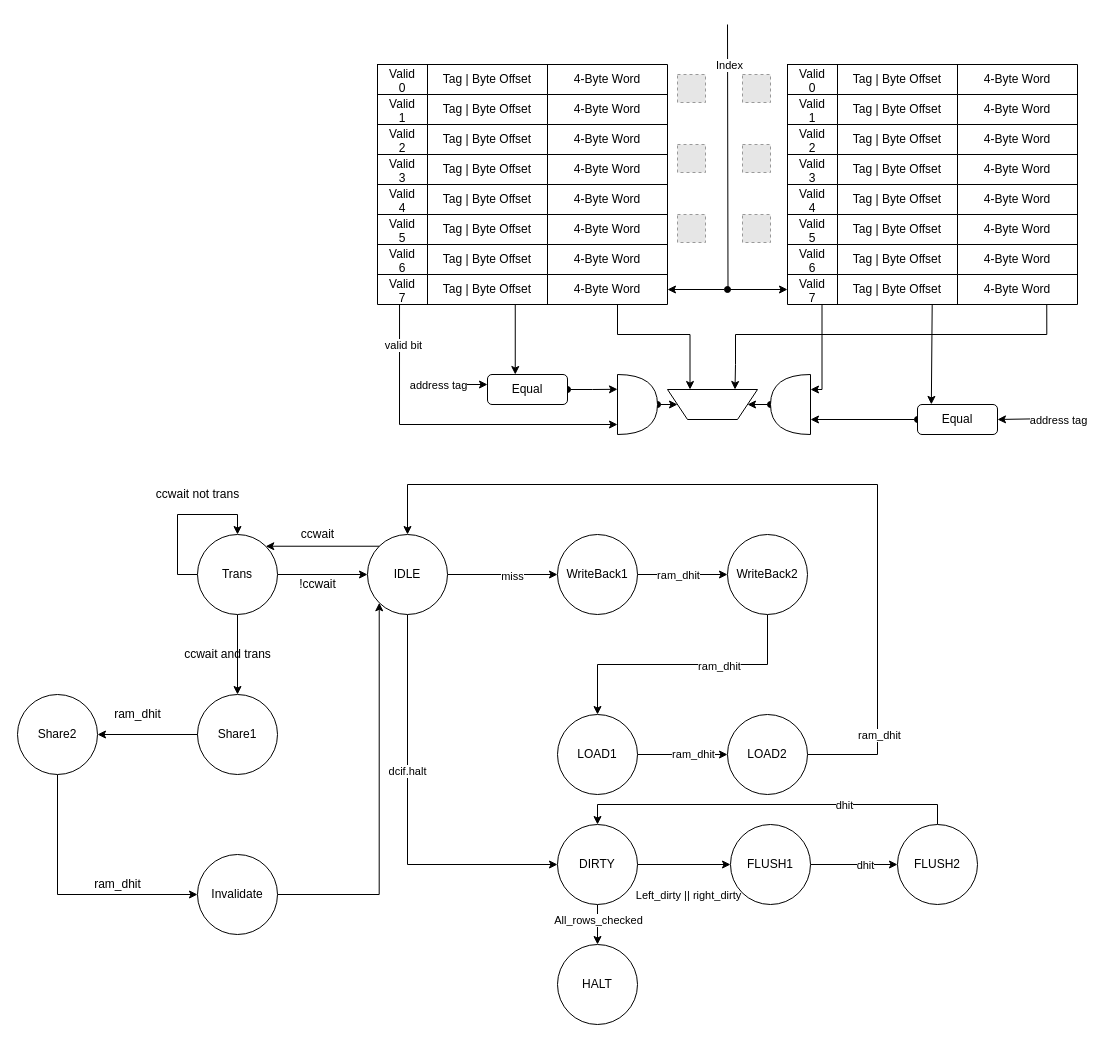
Before: page "dcache" (2 of 5) of caches.drawio in vickyfyq/ece437, a draw.io diagram. Source tidied: cells renumbered, new cells numbered last; positions are measured from the earlier drawing's top-left corner, leaving out a move shared by most shapes. Both pictures are drawn from the tidied source at 100%, with x=0, y=0 at pixel (17, 24). Pictures stored in the file or linked from it are replaced by grey dashed boxes.
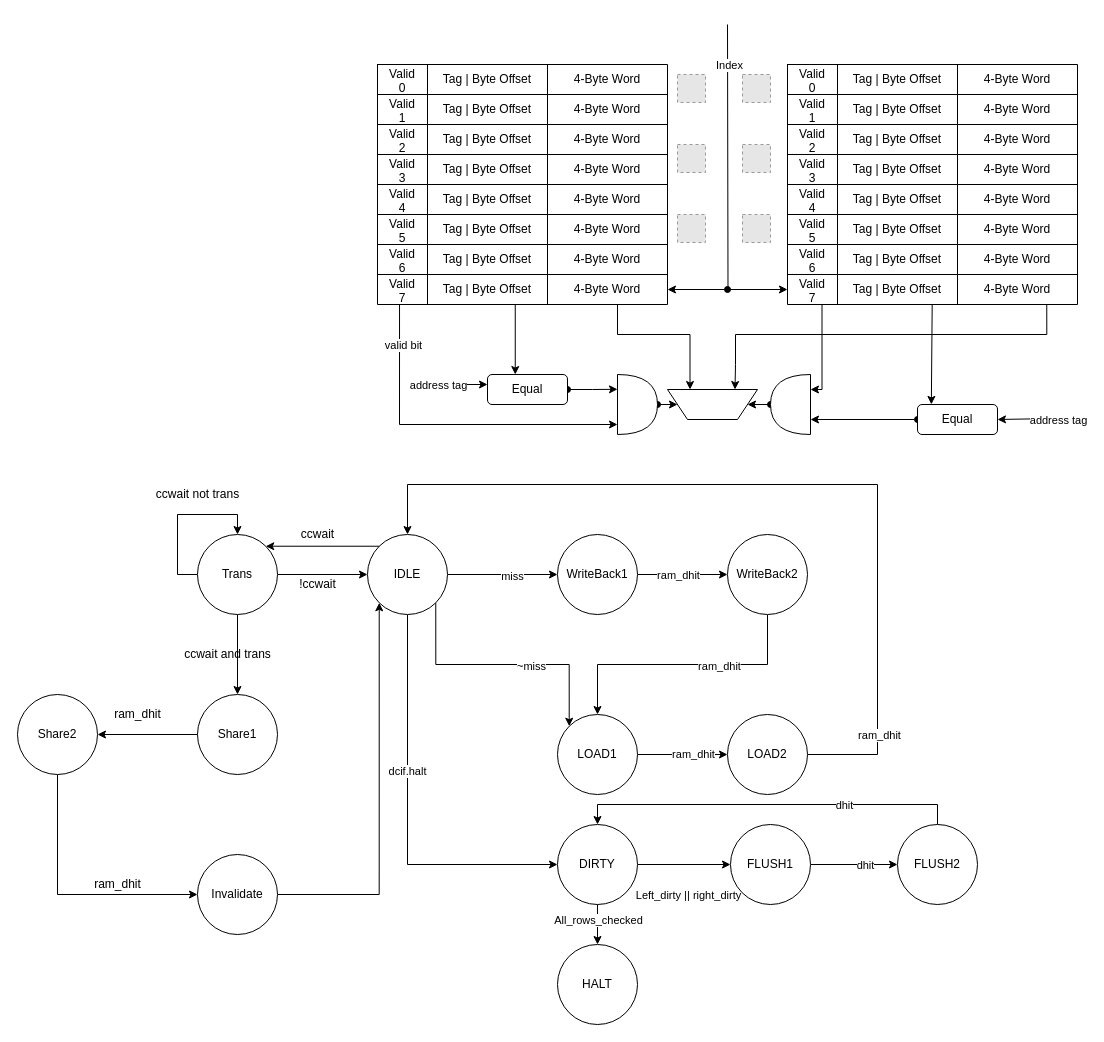
The same diagram, later.

The change refers to these unchanged cells:
```xml
<mxCell id="101" value="IDLE" style="ellipse;whiteSpace=wrap;html=1;" parent="1" vertex="1">
  <mxGeometry x="350" y="510" width="80" height="80" as="geometry" />
</mxCell>
<mxCell id="110" value="LOAD1" style="ellipse;whiteSpace=wrap;html=1;" parent="1" vertex="1">
  <mxGeometry x="540" y="690" width="80" height="80" as="geometry" />
</mxCell>
```

The edit, as a diff of the source:
```diff
@@
+    <mxCell id="143" style="edgeStyle=orthogonalEdgeStyle;rounded=0;jettySize=auto;html=1;exitX=1;exitY=1;exitDx=0;exitDy=0;entryX=0;entryY=0;entryDx=0;entryDy=0;" parent="1" edge="1" source="101" target="110">
+      <mxGeometry relative="1" as="geometry">
+        <Array as="points">
+          <mxPoint x="418" y="640" />
+          <mxPoint x="552" y="640" />
+        </Array>
+      </mxGeometry>
+    </mxCell>
+    <mxCell id="144" value="~miss" style="edgeLabel;html=1;align=center;verticalAlign=middle;" parent="143" vertex="1">
+      <mxGeometry x="0.22" y="-1" relative="1" as="geometry" />
+    </mxCell>
```
